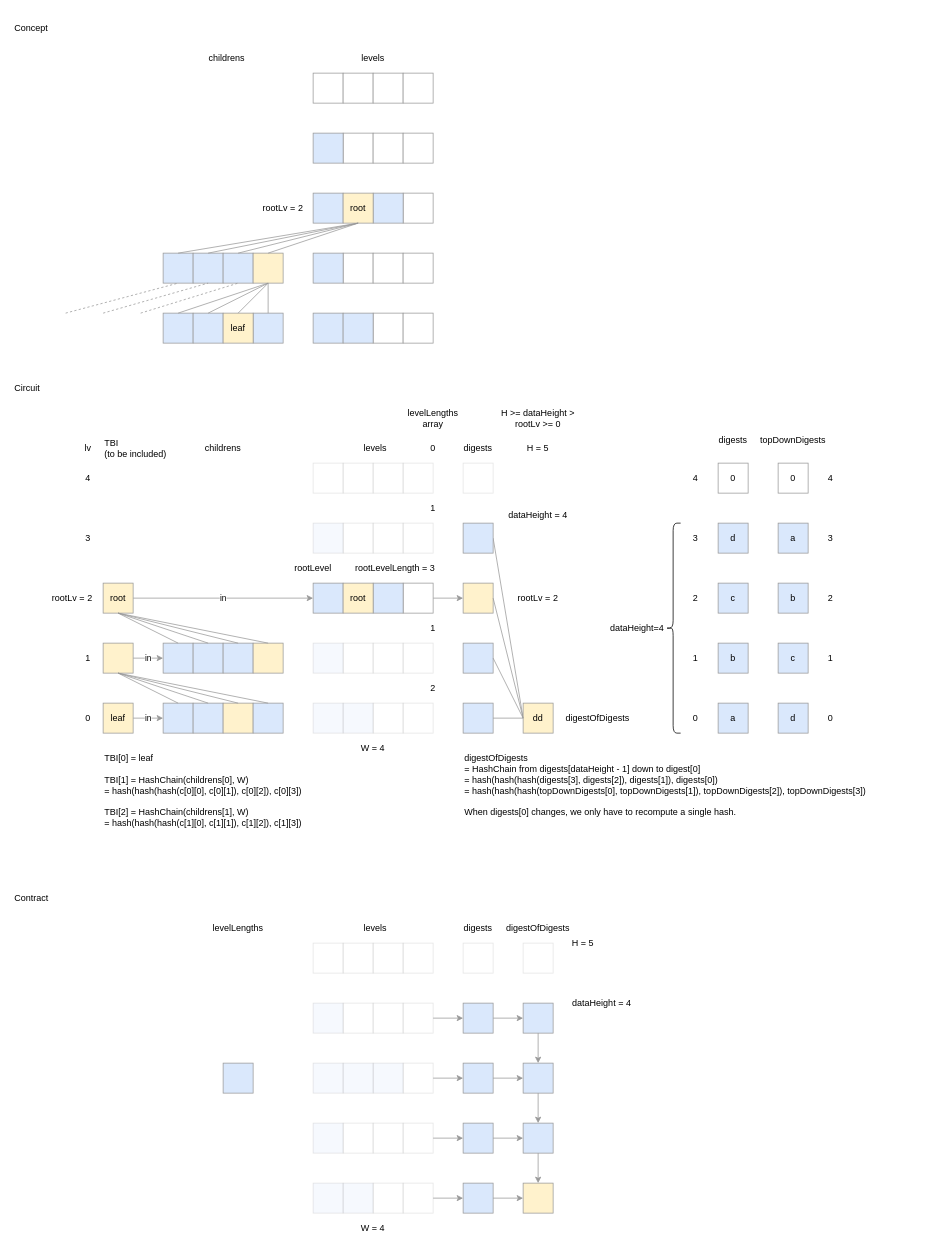
The draw.io diagram page "LazyTower" (1 of 4) of packages/lazytower.circom/docs/LazyTower.drawio in privacy-scaling-explorations/zk-kit, before the edit. Source tidied: cells renumbered, new cells numbered last; positions are measured from the earlier drawing's top-left corner, leaving out a move shared by most shapes. Both pictures are drawn from the tidied source at 75%, with x=0, y=0 at pixel (13, 13).
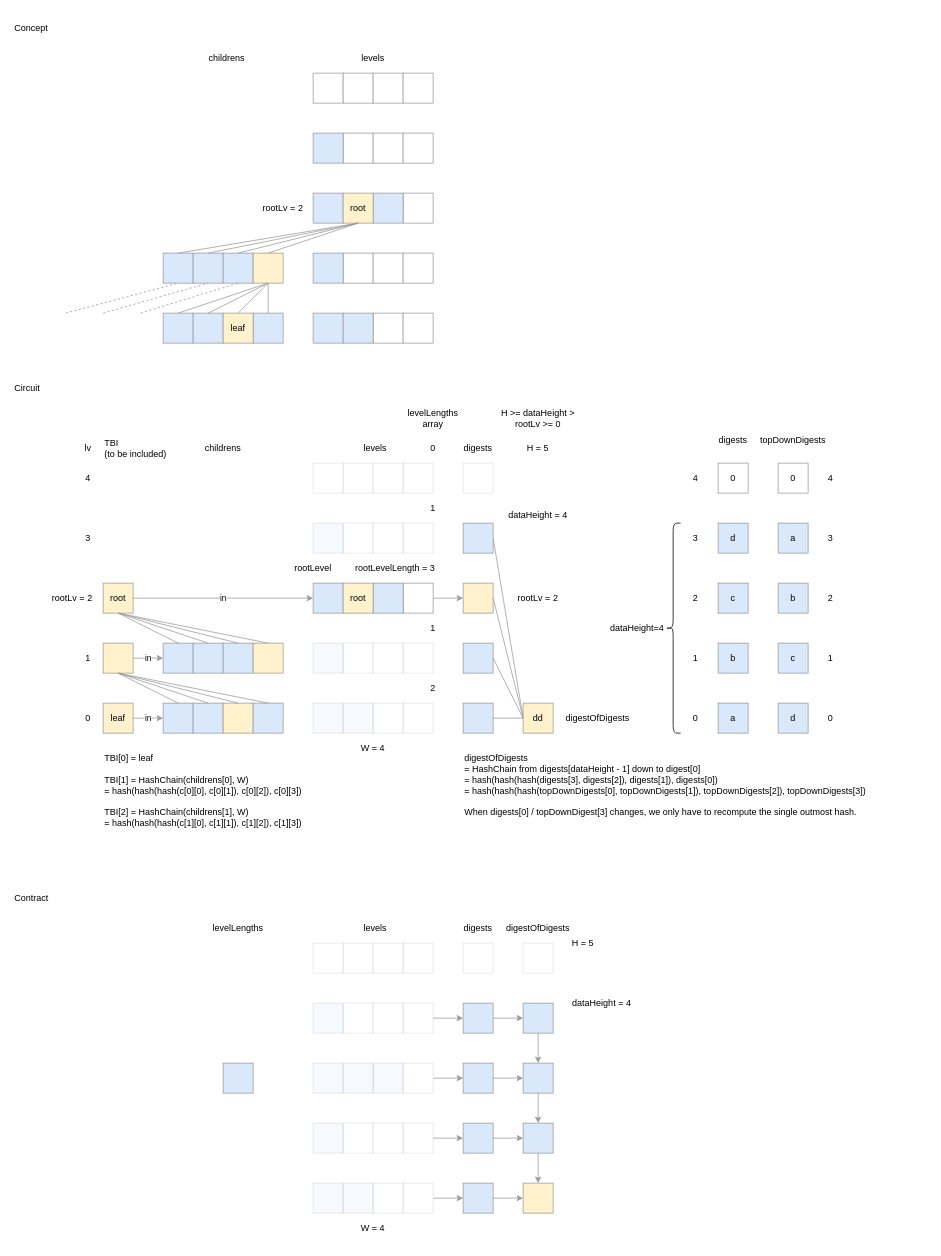
After the change.

Commit message:
docs(lazytower.circom): add a diagram for the licenses

The edit, as a diff of the source:
```diff
@@
-    <mxCell id="79" value="digestOfDigests&lt;br&gt;= HashChain from digests[dataHeight - 1] down to digest[0]&lt;br&gt;= hash(hash(hash(digests[3], digests[2]), digests[1]), digests[0])&lt;br&gt;= hash(hash(hash(topDownDigests[0], topDownDigests[1]), topDownDigests[2]), topDownDigests[3])&lt;br&gt;&lt;br&gt;When digests[0] changes, we only have to recompute a single hash." style="text;html=1;strokeColor=none;fillColor=none;align=left;verticalAlign=top;whiteSpace=wrap;rounded=0;spacing=2;spacingTop=0;" parent="1" vertex="1">
+    <mxCell id="79" value="digestOfDigests&lt;br&gt;= HashChain from digests[dataHeight - 1] down to digest[0]&lt;br&gt;= hash(hash(hash(digests[3], digests[2]), digests[1]), digests[0])&lt;br&gt;= hash(hash(hash(topDownDigests[0], topDownDigests[1]), topDownDigests[2]), topDownDigests[3])&lt;br&gt;&lt;br&gt;When digests[0] / topDownDigest[3] changes, we only have to recompute the single outmost hash." style="text;html=1;strokeColor=none;fillColor=none;align=left;verticalAlign=top;whiteSpace=wrap;rounded=0;spacing=2;spacingTop=0;" parent="1" vertex="1">
       <mxGeometry x="600" y="980" width="620" height="110" as="geometry" />
     </mxCell>
```
